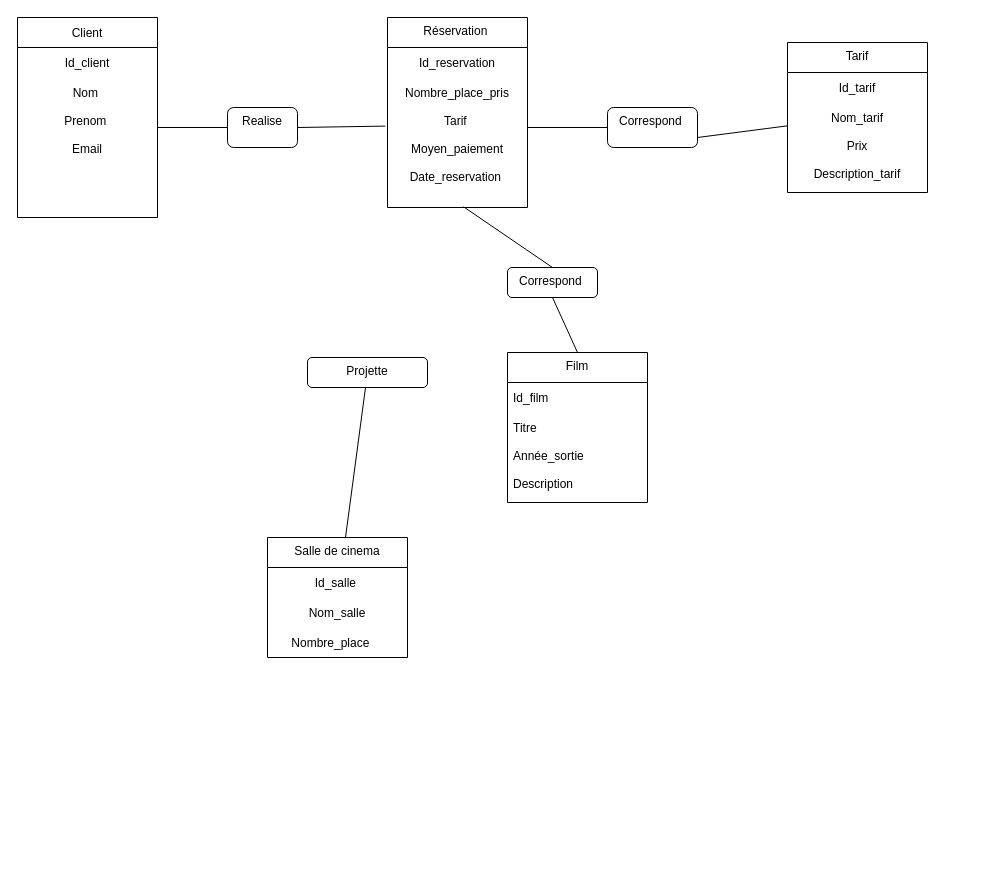
Earlier version of the draw.io diagram BDD/MCD_cinema.drawio (ArnaudLouisy/CinemaProject). Source tidied: cells renumbered, new cells numbered last; positions are measured from the earlier drawing's top-left corner, leaving out a move shared by most shapes. Both pictures are drawn from the tidied source at 100%, with x=0, y=0 at pixel (17, 17).
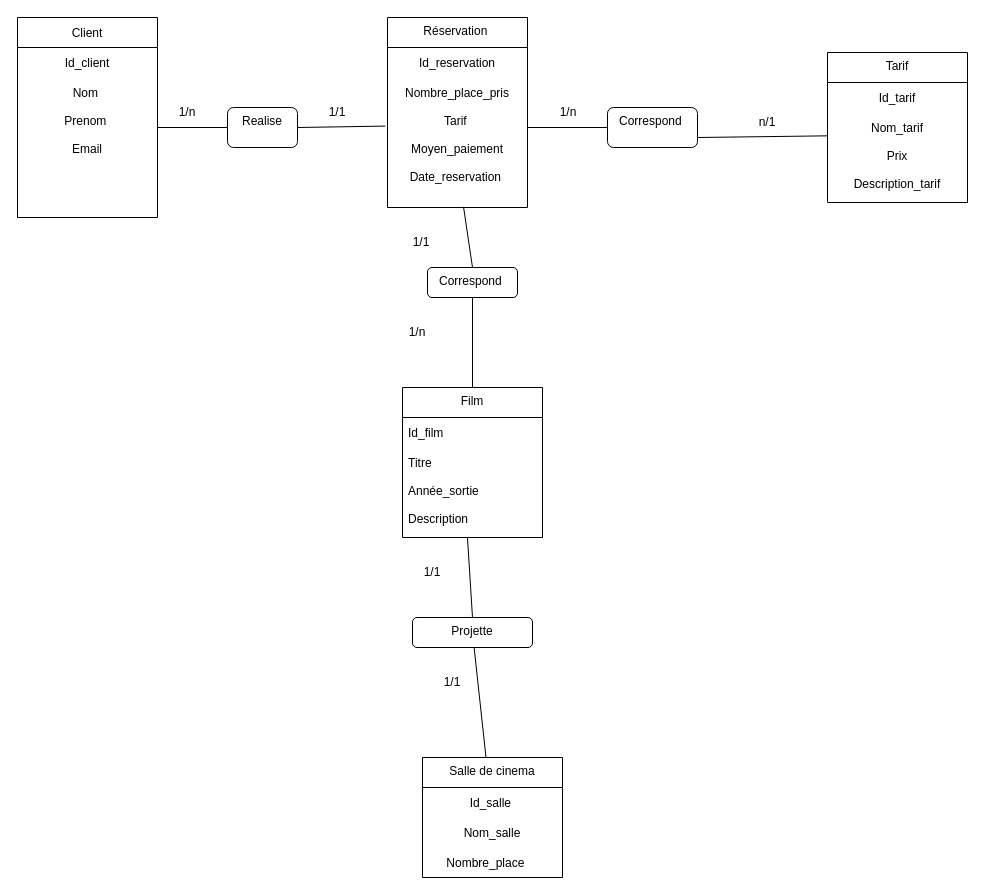
After the change.

Commit message:
Ajoue du mcd fini

The change refers to these unchanged cells:
```xml
<mxCell id="21" value="Année_sortie&#10;&#10;Description " style="text;strokeColor=none;fillColor=none;align=left;verticalAlign=top;spacingLeft=4;spacingRight=4;overflow=hidden;points=[[0,0.5],[1,0.5]];portConstraint=eastwest;" parent="18" vertex="1">
  <mxGeometry y="90" width="140" height="60" as="geometry" />
</mxCell>
```

The edit, as a diff of the source:
```diff
@@
     <mxCell id="6" value="Salle de cinema" style="swimlane;fontStyle=0;horizontal=1;startSize=30;fillColor=default;verticalAlign=top;align=center;" parent="1" vertex="1">
-      <mxGeometry x="250" y="520" width="140" height="120" as="geometry" />
+      <mxGeometry x="405" y="740" width="140" height="120" as="geometry" />
     </mxCell>
@@
     <mxCell id="10" value="Tarif" style="swimlane;fontStyle=0;horizontal=1;startSize=30;fillColor=default;verticalAlign=top;align=center;" parent="1" vertex="1">
-      <mxGeometry x="770" y="25" width="140" height="150" as="geometry" />
+      <mxGeometry x="810" y="35" width="140" height="150" as="geometry" />
     </mxCell>
@@
     <mxCell id="18" value="Film" style="swimlane;fontStyle=0;horizontal=1;startSize=30;fillColor=default;align=center;verticalAlign=top;" parent="1" vertex="1">
-      <mxGeometry x="490" y="335" width="140" height="150" as="geometry" />
+      <mxGeometry x="385" y="370" width="140" height="150" as="geometry" />
     </mxCell>
@@
     <mxCell id="26" value="Projette" style="rounded=1;whiteSpace=wrap;html=1;fillColor=default;align=center;verticalAlign=top;" parent="1" vertex="1">
-      <mxGeometry x="290" y="340" width="120" height="30" as="geometry" />
+      <mxGeometry x="395" y="600" width="120" height="30" as="geometry" />
     </mxCell>
@@
     <mxCell id="30" value="Correspond&amp;nbsp;" style="rounded=1;whiteSpace=wrap;html=1;fillColor=default;align=center;verticalAlign=top;" parent="1" vertex="1">
-      <mxGeometry x="490" y="250" width="90" height="30" as="geometry" />
+      <mxGeometry x="410" y="250" width="90" height="30" as="geometry" />
     </mxCell>
@@
+    <mxCell id="33" style="endArrow=none;html=1;rounded=0;exitX=0.5;exitY=0;exitDx=0;exitDy=0;entryX=0.464;entryY=1;entryDx=0;entryDy=0;entryPerimeter=0;" parent="1" edge="1" source="26" target="21">
+      <mxGeometry relative="1" as="geometry" />
+    </mxCell>
+    <mxCell id="34" value="1/n" style="text;html=1;strokeColor=none;fillColor=none;align=center;verticalAlign=middle;whiteSpace=wrap;rounded=0;" parent="1" vertex="1">
+      <mxGeometry x="140" y="80" width="60" height="30" as="geometry" />
+    </mxCell>
+    <mxCell id="35" value="1/1" style="text;html=1;strokeColor=none;fillColor=none;align=center;verticalAlign=middle;whiteSpace=wrap;rounded=0;" parent="1" vertex="1">
+      <mxGeometry x="290" y="80" width="60" height="30" as="geometry" />
+    </mxCell>
+    <mxCell id="36" value="1/n" style="text;html=1;strokeColor=none;fillColor=none;align=center;verticalAlign=middle;whiteSpace=wrap;rounded=0;" parent="1" vertex="1">
+      <mxGeometry x="521" y="80" width="60" height="30" as="geometry" />
+    </mxCell>
+    <mxCell id="37" value="n/1" style="text;html=1;strokeColor=none;fillColor=none;align=center;verticalAlign=middle;whiteSpace=wrap;rounded=0;" parent="1" vertex="1">
+      <mxGeometry x="720" y="90" width="60" height="30" as="geometry" />
+    </mxCell>
+    <mxCell id="38" value="1/1" style="text;html=1;strokeColor=none;fillColor=none;align=center;verticalAlign=middle;whiteSpace=wrap;rounded=0;" parent="1" vertex="1">
+      <mxGeometry x="374" y="210" width="60" height="30" as="geometry" />
+    </mxCell>
+    <mxCell id="39" value="1/n" style="text;html=1;strokeColor=none;fillColor=none;align=center;verticalAlign=middle;whiteSpace=wrap;rounded=0;" parent="1" vertex="1">
+      <mxGeometry x="370" y="300" width="60" height="30" as="geometry" />
+    </mxCell>
+    <mxCell id="40" value="1/1" style="text;html=1;strokeColor=none;fillColor=none;align=center;verticalAlign=middle;whiteSpace=wrap;rounded=0;" parent="1" vertex="1">
+      <mxGeometry x="385" y="540" width="60" height="30" as="geometry" />
+    </mxCell>
+    <mxCell id="41" value="1/1" style="text;html=1;strokeColor=none;fillColor=none;align=center;verticalAlign=middle;whiteSpace=wrap;rounded=0;" parent="1" vertex="1">
+      <mxGeometry x="405" y="650" width="60" height="30" as="geometry" />
+    </mxCell>
```
